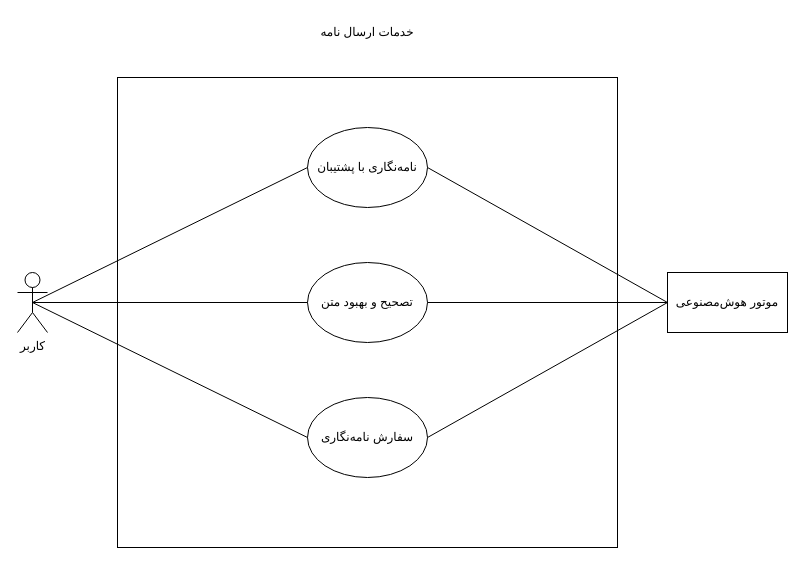
The draw.io diagram use-case/letter.drawio in arsalanyavari/software-lab, before the edit. Source tidied: cells renumbered, new cells numbered last; positions are measured from the earlier drawing's top-left corner, leaving out a move shared by most shapes. Both pictures are drawn from the tidied source at 100%, with x=0, y=0 at pixel (17, 17).
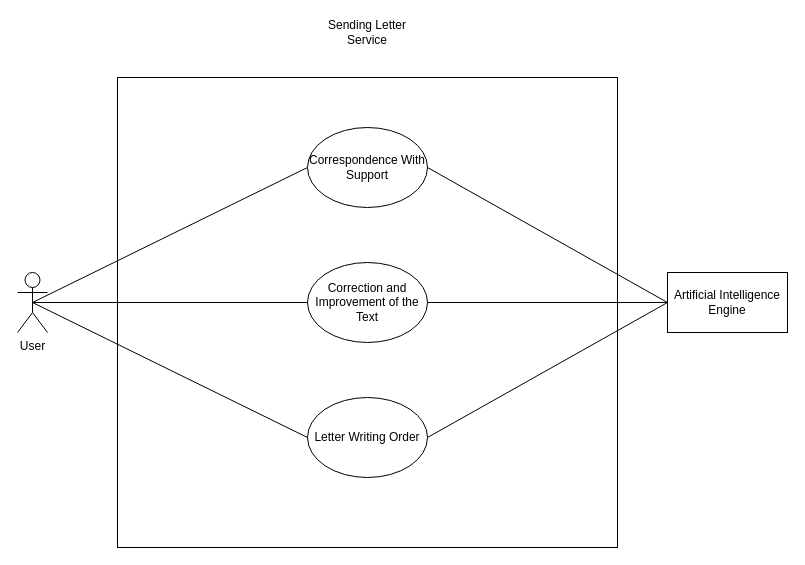
Above is the later version.

The edit, as a diff of the source:
```diff
@@
 <mxGraphModel>
   <root>
     <mxCell id="0" />
     <mxCell id="1" parent="0" />
     <mxCell id="2" style="rounded=0;whiteSpace=wrap;html=1;" parent="1" vertex="1">
       <mxGeometry x="100" y="60" width="500" height="470" as="geometry" />
     </mxCell>
-    <mxCell id="3" value="خدمات ارسال نامه" style="text;html=1;strokeColor=none;fillColor=none;align=center;verticalAlign=middle;whiteSpace=wrap;rounded=0;" parent="1" vertex="1">
+    <mxCell id="3" value="Sending Letter Service" style="text;html=1;strokeColor=none;fillColor=none;align=center;verticalAlign=middle;whiteSpace=wrap;rounded=0;" parent="1" vertex="1">
       <mxGeometry x="300" width="100" height="30" as="geometry" />
     </mxCell>
-    <mxCell id="4" value="کاربر" style="shape=umlActor;verticalLabelPosition=bottom;verticalAlign=top;html=1;outlineConnect=0;" parent="1" vertex="1">
+    <mxCell id="4" value="User" style="shape=umlActor;verticalLabelPosition=bottom;verticalAlign=top;html=1;outlineConnect=0;" parent="1" vertex="1">
       <mxGeometry y="255" width="30" height="60" as="geometry" />
     </mxCell>
-    <mxCell id="5" value="موتور هوش‌مصنوعی" style="rounded=0;whiteSpace=wrap;html=1;" parent="1" vertex="1">
+    <mxCell id="5" value="Artificial Intelligence Engine" style="rounded=0;whiteSpace=wrap;html=1;" parent="1" vertex="1">
       <mxGeometry x="650" y="255" width="120" height="60" as="geometry" />
     </mxCell>
-    <mxCell id="6" value="سفارش نامه‌نگاری" style="ellipse;whiteSpace=wrap;html=1;" parent="1" vertex="1">
+    <mxCell id="6" value="Letter Writing Order" style="ellipse;whiteSpace=wrap;html=1;" parent="1" vertex="1">
       <mxGeometry x="290" y="380" width="120" height="80" as="geometry" />
     </mxCell>
-    <mxCell id="7" value="نامه‌نگاری با پشتیبان" style="ellipse;whiteSpace=wrap;html=1;" parent="1" vertex="1">
+    <mxCell id="7" value="Correspondence With Support" style="ellipse;whiteSpace=wrap;html=1;" parent="1" vertex="1">
       <mxGeometry x="290" y="110" width="120" height="80" as="geometry" />
     </mxCell>
-    <mxCell id="8" value="تصحیح و بهبود متن" style="ellipse;whiteSpace=wrap;html=1;" parent="1" vertex="1">
+    <mxCell id="8" value="Correction and Improvement of the Text" style="ellipse;whiteSpace=wrap;html=1;" parent="1" vertex="1">
       <mxGeometry x="290" y="245" width="120" height="80" as="geometry" />
     </mxCell>
     <mxCell id="9" style="endArrow=none;html=1;rounded=0;exitX=0.5;exitY=0.5;exitDx=0;exitDy=0;exitPerimeter=0;entryX=0;entryY=0.5;entryDx=0;entryDy=0;" parent="1" edge="1" source="4" target="7">
       <mxGeometry relative="1" as="geometry" />
     </mxCell>
     <mxCell id="10" style="endArrow=none;html=1;rounded=0;entryX=0;entryY=0.5;entryDx=0;entryDy=0;exitX=0.5;exitY=0.5;exitDx=0;exitDy=0;exitPerimeter=0;" parent="1" edge="1" source="4" target="8">
       <mxGeometry relative="1" as="geometry" />
     </mxCell>
     <mxCell id="11" style="endArrow=none;html=1;rounded=0;entryX=0;entryY=0.5;entryDx=0;entryDy=0;exitX=0.5;exitY=0.5;exitDx=0;exitDy=0;exitPerimeter=0;" parent="1" edge="1" source="4" target="6">
       <mxGeometry relative="1" as="geometry" />
     </mxCell>
     <mxCell id="12" style="endArrow=none;html=1;rounded=0;entryX=0;entryY=0.5;entryDx=0;entryDy=0;exitX=1;exitY=0.5;exitDx=0;exitDy=0;" parent="1" edge="1" source="7" target="5">
       <mxGeometry relative="1" as="geometry" />
     </mxCell>
     <mxCell id="13" style="endArrow=none;html=1;rounded=0;entryX=0;entryY=0.5;entryDx=0;entryDy=0;exitX=1;exitY=0.5;exitDx=0;exitDy=0;" parent="1" edge="1" source="8" target="5">
       <mxGeometry relative="1" as="geometry" />
     </mxCell>
     <mxCell id="14" style="endArrow=none;html=1;rounded=0;exitX=1;exitY=0.5;exitDx=0;exitDy=0;entryX=0;entryY=0.5;entryDx=0;entryDy=0;" parent="1" edge="1" source="6" target="5">
       <mxGeometry relative="1" as="geometry" />
     </mxCell>
   </root>
 </mxGraphModel>
```
